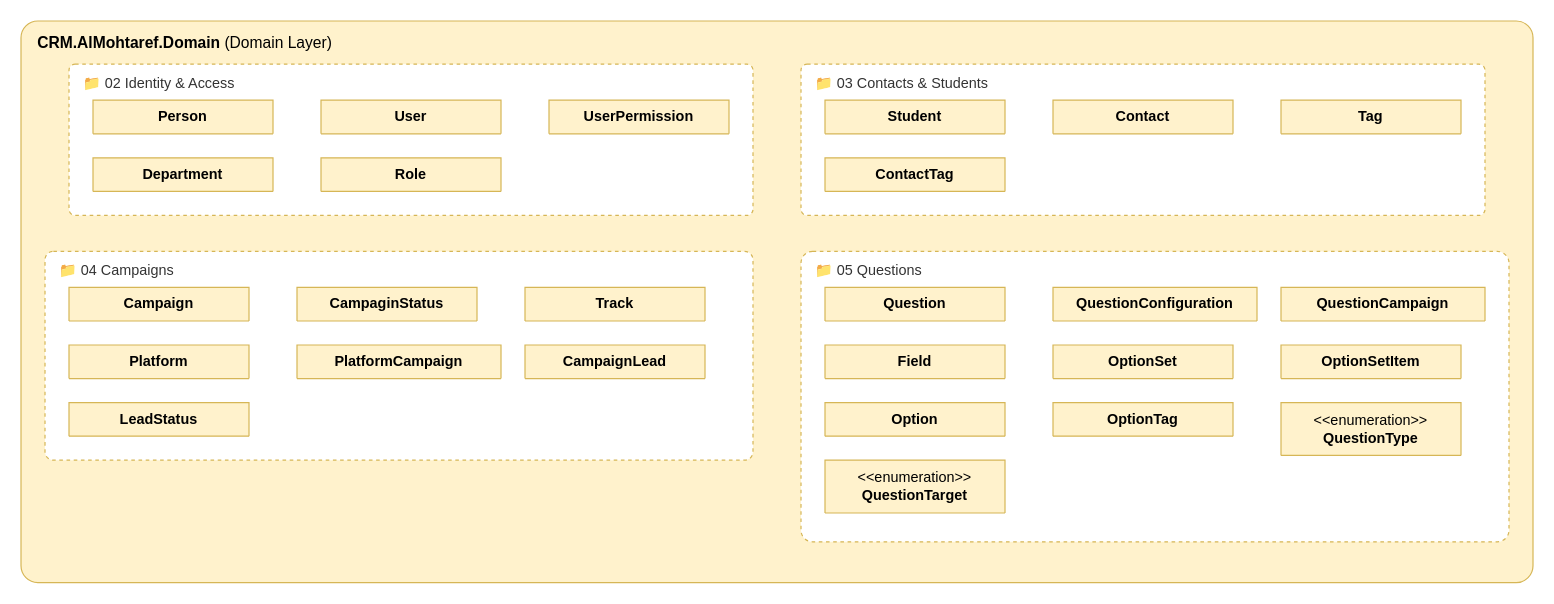
Before: page "01 Overview" (1 of 5) of docs/design/classes/domain.drawio in QF-MJ/crm-al-mohtaref, a draw.io diagram. Source tidied: cells renumbered, new cells numbered last; positions are measured from the earlier drawing's top-left corner, leaving out a move shared by most shapes. Both pictures are drawn from the tidied source at 120%, with x=0, y=0 at pixel (20, 20).
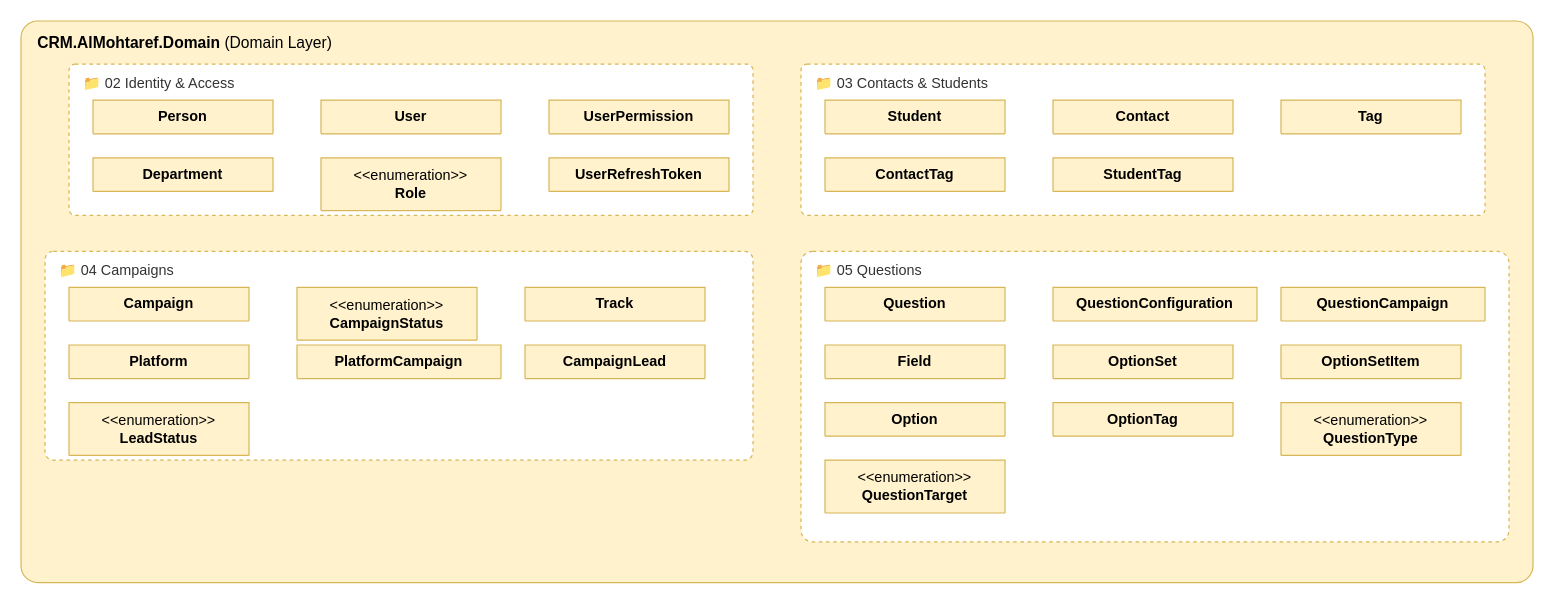
The same diagram, later.

Unchanged cells that the change refers to:
```xml
<mxCell id="3" value="&amp;#128193; 02 Identity &amp;amp; Access" style="rounded=1;whiteSpace=wrap;html=1;verticalAlign=top;align=left;spacingLeft=10;spacingTop=2;arcSize=4;fillColor=#FFFFFF;strokeColor=#d6b656;dashed=1;fontSize=12;fontColor=#333333;" parent="2" vertex="1">
  <mxGeometry x="40" y="36" width="570" height="126" as="geometry" />
</mxCell>
<mxCell id="9" value="&amp;#128193; 03 Contacts &amp;amp; Students" style="rounded=1;whiteSpace=wrap;html=1;verticalAlign=top;align=left;spacingLeft=10;spacingTop=2;arcSize=4;fillColor=#FFFFFF;strokeColor=#d6b656;dashed=1;fontSize=12;fontColor=#333333;" parent="2" vertex="1">
  <mxGeometry x="650" y="36" width="570" height="126" as="geometry" />
</mxCell>
<mxCell id="14" value="&amp;#128193; 04 Campaigns" style="rounded=1;whiteSpace=wrap;html=1;verticalAlign=top;align=left;spacingLeft=10;spacingTop=2;arcSize=4;fillColor=#FFFFFF;strokeColor=#d6b656;dashed=1;fontSize=12;fontColor=#333333;" parent="2" vertex="1">
  <mxGeometry x="20" y="192" width="590" height="174" as="geometry" />
</mxCell>
```

The edit, as a diff of the source:
```diff
@@
+    <mxCell id="33" value="&lt;b&gt;UserRefreshToken&lt;/b&gt;" style="swimlane;fontStyle=0;align=center;verticalAlign=middle;horizontal=1;startSize=28;html=1;whiteSpace=wrap;fontSize=12;fillColor=#fff2cc;strokeColor=#d6b656;swimlaneFillColor=#FFFFFF;" parent="3" vertex="1">
+      <mxGeometry x="400" y="78" width="150" height="28" as="geometry" />
+    </mxCell>
-    <mxCell id="8" value="&lt;b&gt;Role&lt;/b&gt;" style="swimlane;fontStyle=0;align=center;verticalAlign=middle;horizontal=1;startSize=28;html=1;whiteSpace=wrap;fontSize=12;fillColor=#fff2cc;strokeColor=#d6b656;swimlaneFillColor=#FFFFFF;" parent="3" vertex="1">
-      <mxGeometry x="210" y="78" width="150" height="28" as="geometry" />
+    <mxCell id="8" value="&amp;lt;&amp;lt;enumeration&amp;gt;&amp;gt;&lt;br&gt;&lt;b&gt;Role&lt;/b&gt;" style="swimlane;fontStyle=0;align=center;verticalAlign=middle;horizontal=1;startSize=44;html=1;whiteSpace=wrap;fontSize=12;fillColor=#fff2cc;strokeColor=#d6b656;swimlaneFillColor=#FFFFFF;" parent="3" vertex="1">
+      <mxGeometry x="210" y="78" width="150" height="44" as="geometry" />
     </mxCell>
@@
+    <mxCell id="34" value="&lt;b&gt;StudentTag&lt;/b&gt;" style="swimlane;fontStyle=0;align=center;verticalAlign=middle;horizontal=1;startSize=28;html=1;whiteSpace=wrap;fontSize=12;fillColor=#fff2cc;strokeColor=#d6b656;swimlaneFillColor=#FFFFFF;" parent="9" vertex="1">
+      <mxGeometry x="210" y="78" width="150" height="28" as="geometry" />
+    </mxCell>
@@
-    <mxCell id="16" value="&lt;b&gt;CampaginStatus&lt;/b&gt;" style="swimlane;fontStyle=0;align=center;verticalAlign=middle;horizontal=1;startSize=28;html=1;whiteSpace=wrap;fontSize=12;fillColor=#fff2cc;strokeColor=#d6b656;swimlaneFillColor=#FFFFFF;" parent="14" vertex="1">
-      <mxGeometry x="210" y="30" width="150" height="28" as="geometry" />
-    </mxCell>
+    <mxCell id="35" value="&amp;lt;&amp;lt;enumeration&amp;gt;&amp;gt;&lt;br&gt;&lt;b&gt;CampaignStatus&lt;/b&gt;" style="swimlane;fontStyle=0;align=center;verticalAlign=middle;horizontal=1;startSize=44;html=1;whiteSpace=wrap;fontSize=12;fillColor=#fff2cc;strokeColor=#d6b656;swimlaneFillColor=#FFFFFF;" parent="14" vertex="1">
+      <mxGeometry x="210" y="30" width="150" height="44" as="geometry" />
+    </mxCell>
@@
-    <mxCell id="21" value="&lt;b&gt;LeadStatus&lt;/b&gt;" style="swimlane;fontStyle=0;align=center;verticalAlign=middle;horizontal=1;startSize=28;html=1;whiteSpace=wrap;fontSize=12;fillColor=#fff2cc;strokeColor=#d6b656;swimlaneFillColor=#FFFFFF;" parent="14" vertex="1">
-      <mxGeometry x="20" y="126" width="150" height="28" as="geometry" />
+    <mxCell id="21" value="&amp;lt;&amp;lt;enumeration&amp;gt;&amp;gt;&lt;br&gt;&lt;b&gt;LeadStatus&lt;/b&gt;" style="swimlane;fontStyle=0;align=center;verticalAlign=middle;horizontal=1;startSize=44;html=1;whiteSpace=wrap;fontSize=12;fillColor=#fff2cc;strokeColor=#d6b656;swimlaneFillColor=#FFFFFF;" parent="14" vertex="1">
+      <mxGeometry x="20" y="126" width="150" height="44" as="geometry" />
     </mxCell>
```
